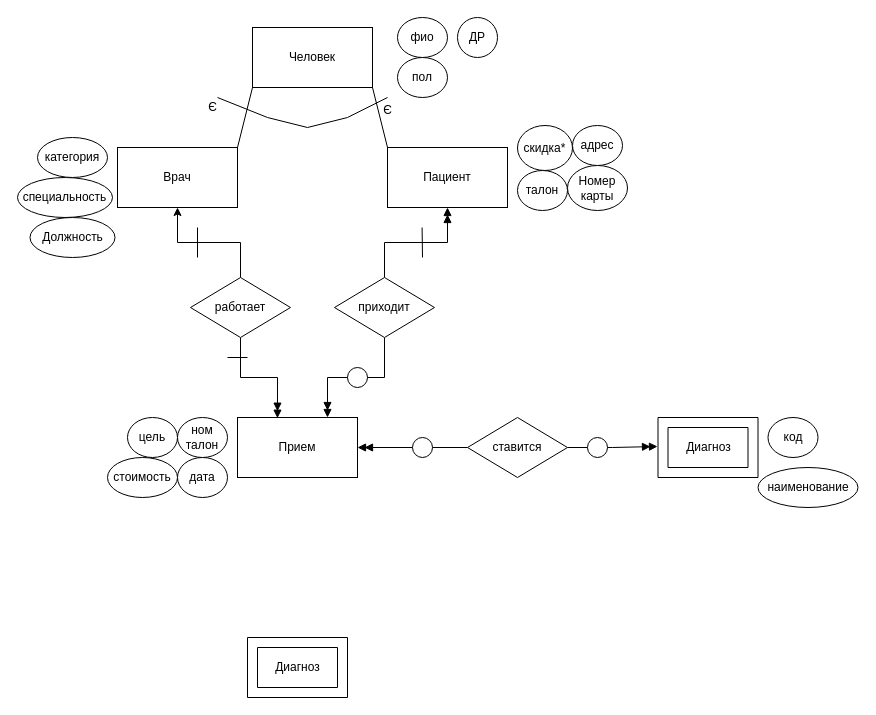
Earlier version of the draw.io diagram Диаграмма без названия.drawio (Vlad-Efremovv/ER-num1). Source tidied: cells renumbered, new cells numbered last; positions are measured from the earlier drawing's top-left corner, leaving out a move shared by most shapes. Both pictures are drawn from the tidied source at 100%, with x=0, y=0 at pixel (17, 17).
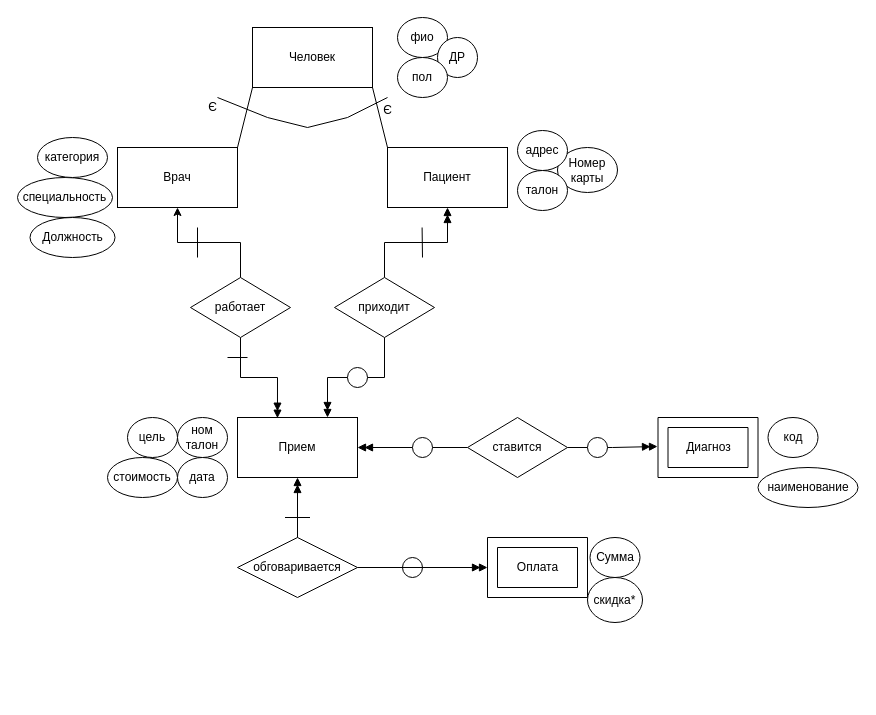
The same diagram, later.

The change refers to these unchanged cells:
```xml
<mxCell id="4" value="Прием" style="whiteSpace=wrap;html=1;" parent="1" vertex="1">
  <mxGeometry x="220" y="400" width="120" height="60" as="geometry" />
</mxCell>
```

Diff of the diagram source:
```diff
@@
+    <mxCell id="11" value="Номер карты" style="ellipse;whiteSpace=wrap;html=1;" parent="1" vertex="1">
+      <mxGeometry x="540" y="130" width="60" height="45" as="geometry" />
+    </mxCell>
@@
-    <mxCell id="11" value="Номер карты" style="ellipse;whiteSpace=wrap;html=1;" parent="1" vertex="1">
-      <mxGeometry x="550" y="148" width="60" height="45" as="geometry" />
-    </mxCell>
     <mxCell id="12" value="ДР" style="ellipse;whiteSpace=wrap;html=1;" parent="1" vertex="1">
-      <mxGeometry x="440" width="40" height="40" as="geometry" />
+      <mxGeometry x="420" y="20" width="40" height="40" as="geometry" />
     </mxCell>
     <mxCell id="13" value="адрес" style="ellipse;whiteSpace=wrap;html=1;" parent="1" vertex="1">
-      <mxGeometry x="555" y="108" width="50" height="40" as="geometry" />
+      <mxGeometry x="500" y="113" width="50" height="40" as="geometry" />
     </mxCell>
@@
     <mxCell id="15" value="скидка*" style="ellipse;whiteSpace=wrap;html=1;" parent="1" vertex="1">
-      <mxGeometry x="500" y="108" width="55" height="45" as="geometry" />
+      <mxGeometry x="570" y="560" width="55" height="45" as="geometry" />
     </mxCell>
@@
+    <mxCell id="47" value="обговаривается" style="rhombus;whiteSpace=wrap;html=1;" parent="1" vertex="1">
+      <mxGeometry x="220" y="520" width="120" height="60" as="geometry" />
+    </mxCell>
+    <mxCell id="48" style="edgeStyle=orthogonalEdgeStyle;rounded=0;jettySize=auto;html=1;exitX=0.5;exitY=1;exitDx=0;exitDy=0;entryX=0.5;entryY=0;entryDx=0;entryDy=0;endArrow=none;endFill=0;startArrow=doubleBlock;startFill=1;" parent="1" edge="1" source="4" target="47">
+      <mxGeometry relative="1" as="geometry" />
+    </mxCell>
+    <mxCell id="49" style="ellipse;whiteSpace=wrap;html=1;" parent="1" vertex="1">
+      <mxGeometry x="385" y="540" width="20" height="20" as="geometry" />
+    </mxCell>
+    <mxCell id="50" style="edgeStyle=orthogonalEdgeStyle;rounded=0;jettySize=auto;html=1;exitX=1;exitY=0.5;exitDx=0;exitDy=0;entryX=0;entryY=0.5;entryDx=0;entryDy=0;entryPerimeter=0;endArrow=doubleBlock;endFill=1;" parent="1" edge="1" source="47" target="45">
+      <mxGeometry relative="1" as="geometry" />
+    </mxCell>
+    <mxCell id="51" style="endArrow=none;html=1;rounded=0;" parent="1" edge="1">
+      <mxGeometry relative="1" as="geometry">
+        <mxPoint x="267.5" y="500" as="sourcePoint" />
+        <mxPoint x="292.5" y="500" as="targetPoint" />
+      </mxGeometry>
+    </mxCell>
+    <mxCell id="52" style="group;" parent="1" vertex="1">
+      <mxGeometry x="470" y="520" width="100" height="60" as="geometry" />
+    </mxCell>
+    <mxCell id="46" value="Оплата" style="text;html=1;align=center;verticalAlign=middle;strokeColor=none;fillColor=none;" parent="52" vertex="1">
+      <mxGeometry x="20" y="15" width="60" height="30" as="geometry" />
+    </mxCell>
     <mxCell id="45" style="verticalLabelPosition=bottom;verticalAlign=top;html=1;shape=mxgraph.basic.frame;dx=10;whiteSpace=wrap;" parent="1" vertex="1">
-      <mxGeometry x="230" y="620" width="100" height="60" as="geometry" />
+      <mxGeometry x="470" y="520" width="100" height="60" as="geometry" />
     </mxCell>
-    <mxCell id="46" value="Диагноз" style="text;html=1;align=center;verticalAlign=middle;strokeColor=none;fillColor=none;" parent="1" vertex="1">
-      <mxGeometry x="245" y="635" width="70" height="30" as="geometry" />
-    </mxCell>
+    <mxCell id="53" value="Сумма" style="ellipse;whiteSpace=wrap;html=1;" parent="1" vertex="1">
+      <mxGeometry x="572.5" y="520" width="50" height="40" as="geometry" />
+    </mxCell>
```
